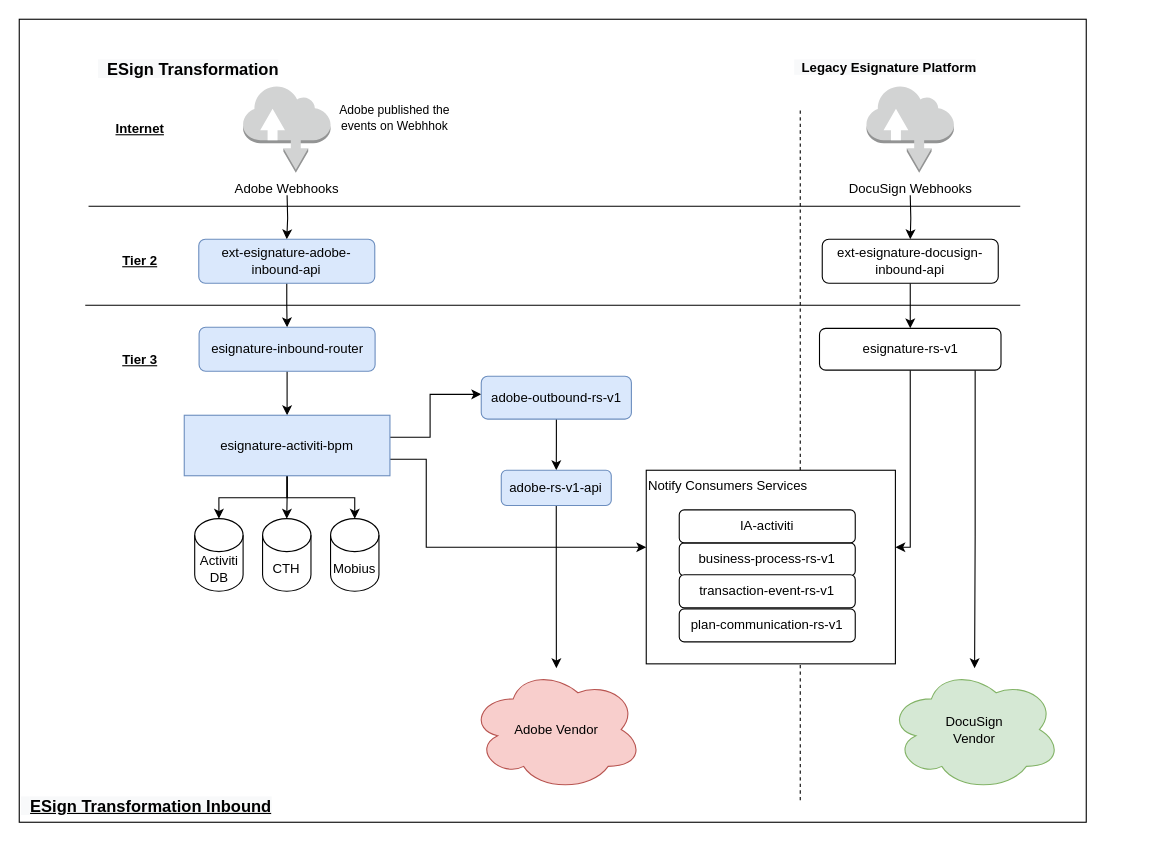
The draw.io diagram esign-inbound.drawio in Tayyabt120/app-diagrams, before the edit. Source tidied: cells renumbered, new cells numbered last; positions are measured from the earlier drawing's top-left corner, leaving out a move shared by most shapes. Both pictures are drawn from the tidied source at 110%, with x=0, y=0 at pixel (19, 19).
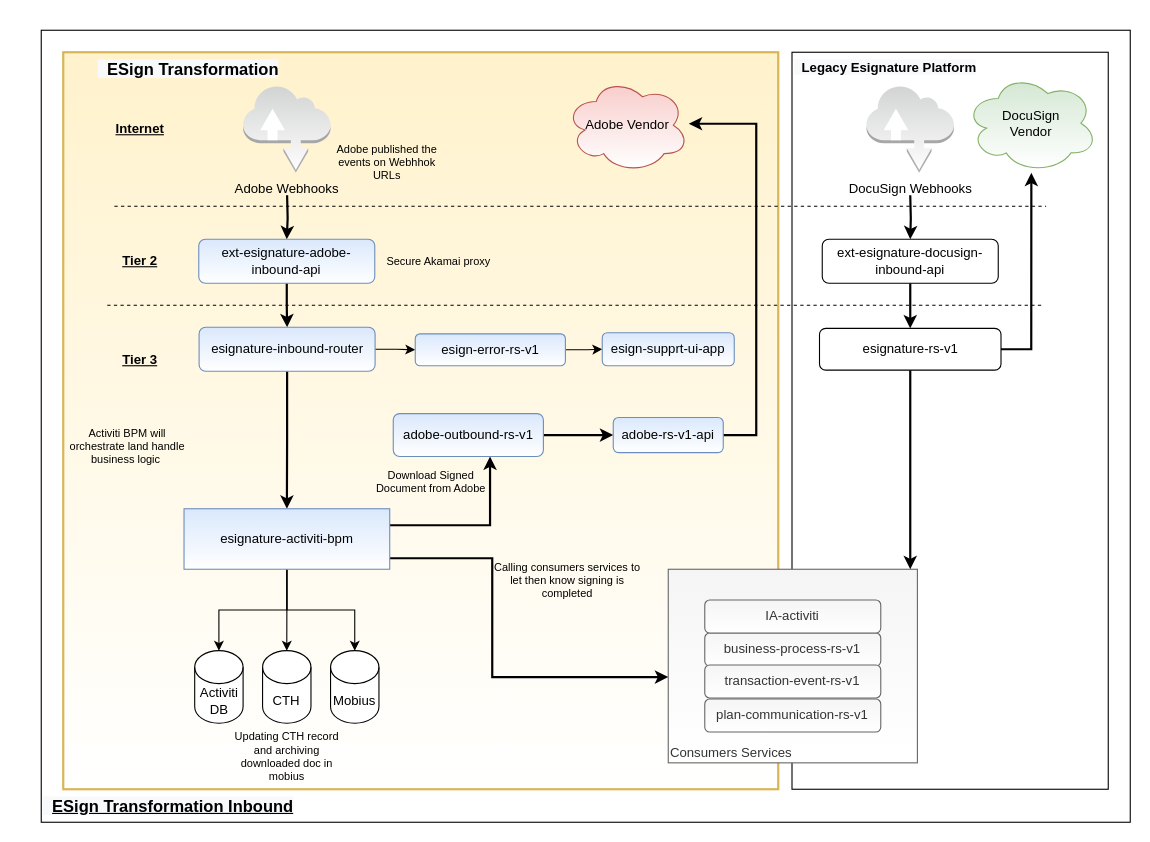
After the change.

The change refers to these unchanged cells:
```xml
<mxCell id="37" value="esignature-rs-v1" style="rounded=1;whiteSpace=wrap;html=1;fontSize=12;" parent="1" vertex="1">
  <mxGeometry x="727.5" y="281" width="165" height="38" as="geometry" />
</mxCell>
<mxCell id="39" value="ext-esignature-docusign-inbound-api" style="rounded=1;whiteSpace=wrap;html=1;" parent="1" vertex="1">
  <mxGeometry x="730" y="200" width="160" height="40" as="geometry" />
</mxCell>
```

The edit, as a diff of the source:
```diff
@@
     <mxCell id="2" style="rounded=0;whiteSpace=wrap;html=1;fontSize=11;align=center;" parent="1" vertex="1">
-      <mxGeometry width="970" height="730" as="geometry" />
+      <mxGeometry x="20" y="10" width="990" height="720" as="geometry" />
     </mxCell>
-    <mxCell id="3" style="endArrow=none;dashed=1;html=1;" parent="1" edge="1">
-      <mxGeometry relative="1" as="geometry">
-        <mxPoint x="710" y="710" as="sourcePoint" />
-        <mxPoint x="710" y="80" as="targetPoint" />
-      </mxGeometry>
-    </mxCell>
+    <mxCell id="46" style="rounded=0;whiteSpace=wrap;html=1;" parent="1" vertex="1">
+      <mxGeometry x="702.5" y="30" width="287.5" height="670" as="geometry" />
+    </mxCell>
+    <mxCell id="47" style="rounded=0;whiteSpace=wrap;html=1;fillColor=#fff2cc;strokeColor=#d6b656;strokeWidth=2;gradientColor=#ffffff;" parent="1" vertex="1">
+      <mxGeometry x="40" y="30" width="650" height="670" as="geometry" />
+    </mxCell>
-    <mxCell id="4" value="Notify Consumers Services" style="rounded=0;whiteSpace=wrap;html=1;verticalAlign=top;align=left;" parent="1" vertex="1">
-      <mxGeometry x="570" y="410" width="226.5" height="176" as="geometry" />
+    <mxCell id="4" value="Consumers Services" style="rounded=0;whiteSpace=wrap;html=1;verticalAlign=bottom;align=left;fillColor=#f5f5f5;strokeColor=#666666;fontColor=#333333;gradientColor=#ffffff;" parent="1" vertex="1">
+      <mxGeometry x="590" y="500" width="226.5" height="176" as="geometry" />
     </mxCell>
-    <mxCell id="5" style="edgeStyle=orthogonalEdgeStyle;rounded=0;jettySize=auto;html=1;" parent="1" edge="1" target="11">
+    <mxCell id="5" style="edgeStyle=orthogonalEdgeStyle;rounded=0;jettySize=auto;html=1;strokeWidth=2;" parent="1" edge="1" target="11">
       <mxGeometry relative="1" as="geometry">
         <mxPoint x="243.5" y="160" as="sourcePoint" />
       </mxGeometry>
     </mxCell>
-    <mxCell id="6" value="Adobe Webhooks" style="dashed=0;verticalLabelPosition=bottom;verticalAlign=top;align=center;html=1;shape=mxgraph.aws3.internet;fillColor=#D2D3D3;gradientColor=none;" parent="1" vertex="1">
+    <mxCell id="6" value="Adobe Webhooks" style="dashed=0;verticalLabelPosition=bottom;verticalAlign=top;align=center;html=1;shape=mxgraph.aws3.internet;fillColor=#D2D3D3;gradientColor=#ffffff;" parent="1" vertex="1">
       <mxGeometry x="203.5" y="60" width="79.5" height="79.5" as="geometry" />
     </mxCell>
-    <mxCell id="7" style="endArrow=none;html=1;" parent="1" edge="1">
+    <mxCell id="7" style="endArrow=none;html=1;dashed=1;" parent="1" edge="1">
       <mxGeometry relative="1" as="geometry">
-        <mxPoint x="63" y="170" as="sourcePoint" />
-        <mxPoint x="910" y="170" as="targetPoint" />
+        <mxPoint x="86.5" y="170" as="sourcePoint" />
+        <mxPoint x="933.5" y="170" as="targetPoint" />
       </mxGeometry>
     </mxCell>
@@
-    <mxCell id="9" style="endArrow=none;html=1;" parent="1" edge="1">
+    <mxCell id="9" style="endArrow=none;html=1;dashed=1;" parent="1" edge="1">
       <mxGeometry relative="1" as="geometry">
-        <mxPoint x="60" y="260" as="sourcePoint" />
-        <mxPoint x="910" y="260" as="targetPoint" />
+        <mxPoint x="80" y="260" as="sourcePoint" />
+        <mxPoint x="930" y="260" as="targetPoint" />
       </mxGeometry>
     </mxCell>
-    <mxCell id="10" style="edgeStyle=orthogonalEdgeStyle;rounded=0;jettySize=auto;html=1;" parent="1" edge="1" source="11" target="15">
+    <mxCell id="10" style="edgeStyle=orthogonalEdgeStyle;rounded=0;jettySize=auto;html=1;strokeWidth=2;" parent="1" edge="1" source="11" target="15">
       <mxGeometry relative="1" as="geometry" />
     </mxCell>
-    <mxCell id="11" value="ext-esignature-adobe-inbound-api" style="rounded=1;whiteSpace=wrap;html=1;fillColor=#dae8fc;strokeColor=#6c8ebf;" parent="1" vertex="1">
+    <mxCell id="11" value="ext-esignature-adobe-inbound-api" style="rounded=1;whiteSpace=wrap;html=1;fillColor=#dae8fc;strokeColor=#6c8ebf;gradientColor=#ffffff;" parent="1" vertex="1">
       <mxGeometry x="163.2" y="200" width="160" height="40" as="geometry" />
     </mxCell>
@@
-    <mxCell id="14" style="edgeStyle=orthogonalEdgeStyle;rounded=0;jettySize=auto;html=1;" parent="1" edge="1" source="15" target="21">
+    <mxCell id="14" style="edgeStyle=orthogonalEdgeStyle;rounded=0;jettySize=auto;html=1;strokeWidth=2;" parent="1" edge="1" source="15" target="21">
       <mxGeometry relative="1" as="geometry" />
     </mxCell>
+    <mxCell id="48" style="edgeStyle=orthogonalEdgeStyle;rounded=0;jettySize=auto;html=1;" parent="1" edge="1" source="15" target="51">
+      <mxGeometry relative="1" as="geometry" />
+    </mxCell>
-    <mxCell id="15" value="esignature-inbound-router" style="rounded=1;whiteSpace=wrap;html=1;fillColor=#dae8fc;strokeColor=#6c8ebf;" parent="1" vertex="1">
+    <mxCell id="15" value="esignature-inbound-router" style="rounded=1;whiteSpace=wrap;html=1;fillColor=#dae8fc;strokeColor=#6c8ebf;gradientColor=#ffffff;" parent="1" vertex="1">
       <mxGeometry x="163.5" y="280" width="160" height="40" as="geometry" />
     </mxCell>
@@
-    <mxCell id="18" style="edgeStyle=orthogonalEdgeStyle;rounded=0;jettySize=auto;html=1;" parent="1" edge="1" source="21" target="25">
-      <mxGeometry relative="1" as="geometry">
-        <Array as="points">
-          <mxPoint x="373.5" y="380" />
-          <mxPoint x="373.5" y="341" />
-        </Array>
-      </mxGeometry>
-    </mxCell>
@@
-    <mxCell id="20" style="edgeStyle=orthogonalEdgeStyle;rounded=0;jettySize=auto;html=1;" parent="1" edge="1" source="21" target="4">
+    <mxCell id="20" style="edgeStyle=orthogonalEdgeStyle;rounded=0;jettySize=auto;html=1;strokeWidth=2;" parent="1" edge="1" source="21" target="4">
       <mxGeometry relative="1" as="geometry">
         <Array as="points">
-          <mxPoint x="370" y="400" />
-          <mxPoint x="370" y="480" />
+          <mxPoint x="430" y="490" />
+          <mxPoint x="430" y="598" />
         </Array>
       </mxGeometry>
     </mxCell>
+    <mxCell id="18" style="edgeStyle=orthogonalEdgeStyle;rounded=0;jettySize=auto;html=1;strokeWidth=2;fontSize=12;" parent="1" edge="1" source="21" target="25">
+      <mxGeometry relative="1" as="geometry">
+        <Array as="points">
+          <mxPoint x="428" y="460" />
+        </Array>
+      </mxGeometry>
+    </mxCell>
-    <mxCell id="21" value="esignature-activiti-bpm" style="rounded=0;whiteSpace=wrap;html=1;fontSize=12;fillColor=#dae8fc;strokeColor=#6c8ebf;" parent="1" vertex="1">
-      <mxGeometry x="150" y="360" width="187" height="55" as="geometry" />
+    <mxCell id="21" value="esignature-activiti-bpm" style="rounded=0;whiteSpace=wrap;html=1;fontSize=12;fillColor=#dae8fc;strokeColor=#6c8ebf;gradientColor=#ffffff;" parent="1" vertex="1">
+      <mxGeometry x="149.8" y="445" width="187" height="55" as="geometry" />
     </mxCell>
     <mxCell id="22" value="CTH" style="shape=cylinder3;whiteSpace=wrap;html=1;boundedLbl=1;backgroundOutline=1;size=15;fontSize=12;align=center;" parent="1" vertex="1">
-      <mxGeometry x="221.2" y="454" width="44" height="66" as="geometry" />
+      <mxGeometry x="221.2" y="574" width="44" height="66" as="geometry" />
     </mxCell>
     <mxCell id="23" value="Mobius" style="shape=cylinder3;whiteSpace=wrap;html=1;boundedLbl=1;backgroundOutline=1;size=15;fontSize=12;align=center;" parent="1" vertex="1">
-      <mxGeometry x="283" y="454" width="44" height="66" as="geometry" />
+      <mxGeometry x="283" y="574" width="44" height="66" as="geometry" />
     </mxCell>
-    <mxCell id="24" style="edgeStyle=orthogonalEdgeStyle;rounded=0;jettySize=auto;html=1;" parent="1" edge="1" source="25" target="27">
+    <mxCell id="24" style="edgeStyle=orthogonalEdgeStyle;rounded=0;jettySize=auto;html=1;strokeWidth=2;" parent="1" edge="1" source="25" target="27">
       <mxGeometry relative="1" as="geometry" />
     </mxCell>
-    <mxCell id="25" value="adobe-outbound-rs-v1" style="rounded=1;whiteSpace=wrap;html=1;fontSize=12;align=center;fillColor=#dae8fc;strokeColor=#6c8ebf;" parent="1" vertex="1">
-      <mxGeometry x="420" y="324.5" width="136.5" height="39" as="geometry" />
+    <mxCell id="25" value="adobe-outbound-rs-v1" style="rounded=1;whiteSpace=wrap;html=1;fontSize=12;align=center;fillColor=#dae8fc;strokeColor=#6c8ebf;gradientColor=#ffffff;" parent="1" vertex="1">
+      <mxGeometry x="340" y="358.5" width="136.5" height="39" as="geometry" />
     </mxCell>
-    <mxCell id="26" style="edgeStyle=orthogonalEdgeStyle;rounded=0;jettySize=auto;html=1;" parent="1" edge="1" source="27" target="32">
-      <mxGeometry relative="1" as="geometry" />
+    <mxCell id="26" style="edgeStyle=orthogonalEdgeStyle;rounded=0;jettySize=auto;html=1;strokeWidth=2;" parent="1" edge="1" source="27" target="32">
+      <mxGeometry relative="1" as="geometry">
+        <Array as="points">
+          <mxPoint x="670" y="378" />
+          <mxPoint x="670" y="95" />
+        </Array>
+      </mxGeometry>
     </mxCell>
-    <mxCell id="27" value="adobe-rs-v1-api" style="rounded=1;whiteSpace=wrap;html=1;fontSize=12;align=center;fillColor=#dae8fc;strokeColor=#6c8ebf;" parent="1" vertex="1">
-      <mxGeometry x="438.2" y="410" width="100" height="32" as="geometry" />
+    <mxCell id="27" value="adobe-rs-v1-api" style="rounded=1;whiteSpace=wrap;html=1;fontSize=12;align=center;fillColor=#dae8fc;strokeColor=#6c8ebf;gradientColor=#ffffff;" parent="1" vertex="1">
+      <mxGeometry x="540" y="362" width="100" height="32" as="geometry" />
     </mxCell>
-    <mxCell id="28" value="business-process-rs-v1" style="rounded=1;whiteSpace=wrap;html=1;align=center;" parent="1" vertex="1">
-      <mxGeometry x="600" y="476" width="160" height="30" as="geometry" />
+    <mxCell id="28" value="business-process-rs-v1" style="rounded=1;whiteSpace=wrap;html=1;align=center;fillColor=#f5f5f5;strokeColor=#666666;fontColor=#333333;gradientColor=#ffffff;" parent="1" vertex="1">
+      <mxGeometry x="623.2" y="558" width="160" height="30" as="geometry" />
     </mxCell>
-    <mxCell id="29" value="transaction-event-rs-v1" style="rounded=1;whiteSpace=wrap;html=1;align=center;" parent="1" vertex="1">
-      <mxGeometry x="600" y="505" width="160" height="30" as="geometry" />
+    <mxCell id="29" value="transaction-event-rs-v1" style="rounded=1;whiteSpace=wrap;html=1;align=center;fillColor=#f5f5f5;strokeColor=#666666;fontColor=#333333;gradientColor=#ffffff;" parent="1" vertex="1">
+      <mxGeometry x="623.2" y="587" width="160" height="30" as="geometry" />
     </mxCell>
-    <mxCell id="30" value="plan-communication-rs-v1" style="rounded=1;whiteSpace=wrap;html=1;align=center;" parent="1" vertex="1">
-      <mxGeometry x="600" y="536" width="160" height="30" as="geometry" />
+    <mxCell id="30" value="plan-communication-rs-v1" style="rounded=1;whiteSpace=wrap;html=1;align=center;fillColor=#f5f5f5;strokeColor=#666666;fontColor=#333333;gradientColor=#ffffff;" parent="1" vertex="1">
+      <mxGeometry x="623.2" y="618" width="160" height="30" as="geometry" />
     </mxCell>
     <mxCell id="31" value="Activiti&lt;br&gt;DB" style="shape=cylinder3;whiteSpace=wrap;html=1;boundedLbl=1;backgroundOutline=1;size=15;fontSize=12;align=center;" parent="1" vertex="1">
-      <mxGeometry x="159.5" y="454" width="44" height="66" as="geometry" />
+      <mxGeometry x="159.5" y="574" width="44" height="66" as="geometry" />
     </mxCell>
-    <mxCell id="32" value="Adobe Vendor" style="ellipse;shape=cloud;whiteSpace=wrap;html=1;fontSize=12;align=center;fillColor=#f8cecc;strokeColor=#b85450;" parent="1" vertex="1">
-      <mxGeometry x="409.8" y="590" width="157" height="111.5" as="geometry" />
+    <mxCell id="32" value="Adobe Vendor" style="ellipse;shape=cloud;whiteSpace=wrap;html=1;fontSize=12;align=center;fillColor=#f8cecc;strokeColor=#b85450;gradientColor=#ffffff;" parent="1" vertex="1">
+      <mxGeometry x="496.5" y="53.2" width="112.2" height="86.2" as="geometry" />
     </mxCell>
-    <mxCell id="33" style="edgeStyle=orthogonalEdgeStyle;rounded=0;jettySize=auto;html=1;" parent="1" edge="1" target="39">
+    <mxCell id="33" style="edgeStyle=orthogonalEdgeStyle;rounded=0;jettySize=auto;html=1;strokeWidth=2;" parent="1" edge="1" target="39">
       <mxGeometry relative="1" as="geometry">
         <mxPoint x="810" y="160" as="sourcePoint" />
       </mxGeometry>
     </mxCell>
-    <mxCell id="34" value="DocuSign Webhooks" style="dashed=0;verticalLabelPosition=bottom;verticalAlign=top;align=center;html=1;shape=mxgraph.aws3.internet;fillColor=#D2D3D3;gradientColor=none;" parent="1" vertex="1">
+    <mxCell id="34" value="DocuSign Webhooks" style="dashed=0;verticalLabelPosition=bottom;verticalAlign=top;align=center;html=1;shape=mxgraph.aws3.internet;fillColor=#D2D3D3;gradientColor=#ffffff;" parent="1" vertex="1">
       <mxGeometry x="770.2" y="60" width="79.5" height="79.5" as="geometry" />
     </mxCell>
-    <mxCell id="35" style="edgeStyle=orthogonalEdgeStyle;rounded=0;jettySize=auto;html=1;" parent="1" edge="1" source="37" target="4">
+    <mxCell id="35" style="edgeStyle=orthogonalEdgeStyle;rounded=0;jettySize=auto;html=1;strokeWidth=2;" parent="1" edge="1" source="37" target="4">
       <mxGeometry relative="1" as="geometry">
         <Array as="points">
-          <mxPoint x="810" y="480" />
+          <mxPoint x="810" y="550" />
         </Array>
       </mxGeometry>
     </mxCell>
-    <mxCell id="36" style="edgeStyle=orthogonalEdgeStyle;rounded=0;jettySize=auto;html=1;" parent="1" edge="1" source="37" target="40">
+    <mxCell id="36" style="edgeStyle=orthogonalEdgeStyle;rounded=0;jettySize=auto;html=1;strokeWidth=2;" parent="1" edge="1" source="37" target="40">
       <mxGeometry relative="1" as="geometry">
         <Array as="points">
-          <mxPoint x="869" y="470" />
+          <mxPoint x="920" y="300" />
         </Array>
       </mxGeometry>
     </mxCell>
@@
-    <mxCell id="38" style="edgeStyle=orthogonalEdgeStyle;rounded=0;jettySize=auto;html=1;" parent="1" edge="1" source="39" target="37">
+    <mxCell id="38" style="edgeStyle=orthogonalEdgeStyle;rounded=0;jettySize=auto;html=1;strokeWidth=2;" parent="1" edge="1" source="39" target="37">
       <mxGeometry relative="1" as="geometry" />
     </mxCell>
@@
-    <mxCell id="40" value="DocuSign&lt;br&gt;Vendor" style="ellipse;shape=cloud;whiteSpace=wrap;html=1;fontSize=12;align=center;fillColor=#d5e8d4;strokeColor=#82b366;" parent="1" vertex="1">
-      <mxGeometry x="790" y="590" width="157" height="111.5" as="geometry" />
+    <mxCell id="40" value="DocuSign&lt;br&gt;Vendor" style="ellipse;shape=cloud;whiteSpace=wrap;html=1;fontSize=12;align=center;fillColor=#d5e8d4;strokeColor=#82b366;gradientColor=#ffffff;" parent="1" vertex="1">
+      <mxGeometry x="860" y="49.5" width="120.2" height="90" as="geometry" />
     </mxCell>
-    <mxCell id="41" value="IA-activiti" style="rounded=1;whiteSpace=wrap;html=1;align=center;" parent="1" vertex="1">
-      <mxGeometry x="600" y="446" width="160" height="30" as="geometry" />
+    <mxCell id="41" value="IA-activiti" style="rounded=1;whiteSpace=wrap;html=1;align=center;fillColor=#f5f5f5;strokeColor=#666666;fontColor=#333333;gradientColor=#ffffff;" parent="1" vertex="1">
+      <mxGeometry x="623.2" y="528" width="160" height="30" as="geometry" />
     </mxCell>
@@
-    <mxCell id="44" value="Adobe published the events on Webhhok" style="text;html=1;strokeColor=none;fillColor=none;align=center;verticalAlign=middle;whiteSpace=wrap;rounded=0;fontSize=11;" parent="1" vertex="1">
-      <mxGeometry x="290" y="80" width="103" height="20" as="geometry" />
+    <mxCell id="44" value="Adobe published the events on Webhhok URLs" style="text;html=1;strokeColor=none;fillColor=none;align=center;verticalAlign=middle;whiteSpace=wrap;rounded=0;fontSize=10;" parent="1" vertex="1">
+      <mxGeometry x="283" y="119.5" width="103" height="20" as="geometry" />
     </mxCell>
     <mxCell id="45" value="&lt;span style=&quot;color: rgb(0 , 0 , 0) ; font-family: &amp;#34;helvetica&amp;#34; ; font-size: 15px ; font-style: normal ; letter-spacing: normal ; text-align: left ; text-indent: 0px ; text-transform: none ; word-spacing: 0px ; background-color: rgb(248 , 249 , 250) ; font-weight: normal&quot;&gt;&amp;nbsp;&lt;span&gt;&amp;nbsp;&lt;/span&gt;&lt;/span&gt;&lt;span style=&quot;color: rgb(0 , 0 , 0) ; font-family: &amp;#34;helvetica&amp;#34; ; font-size: 15px ; font-style: normal ; font-weight: 700 ; letter-spacing: normal ; text-align: left ; text-indent: 0px ; text-transform: none ; word-spacing: 0px ; background-color: rgb(248 , 249 , 250) ; text-decoration: underline ; display: inline ; float: none&quot;&gt;ESign Transformation Inbound&lt;/span&gt;" style="text;whiteSpace=wrap;html=1;" parent="1" vertex="1">
-      <mxGeometry y="700" width="240" height="30" as="geometry" />
+      <mxGeometry x="20" y="700" width="240" height="30" as="geometry" />
     </mxCell>
+    <mxCell id="49" value="Secure Akamai proxy" style="text;html=1;strokeColor=none;fillColor=none;align=center;verticalAlign=middle;whiteSpace=wrap;rounded=0;fontSize=10;spacing=-12;spacingRight=0;spacingBottom=0;spacingTop=0;" parent="1" vertex="1">
+      <mxGeometry x="323.2" y="210" width="117" height="20" as="geometry" />
+    </mxCell>
+    <mxCell id="50" style="edgeStyle=orthogonalEdgeStyle;rounded=0;jettySize=auto;html=1;strokeWidth=1;fontSize=10;" parent="1" edge="1" source="51" target="54">
+      <mxGeometry relative="1" as="geometry" />
+    </mxCell>
+    <mxCell id="51" value="esign-error-rs-v1" style="rounded=1;whiteSpace=wrap;html=1;fontSize=12;align=center;fillColor=#dae8fc;strokeColor=#6c8ebf;gradientColor=#ffffff;" parent="1" vertex="1">
+      <mxGeometry x="360" y="286" width="136.5" height="29" as="geometry" />
+    </mxCell>
+    <mxCell id="52" value="Activiti BPM will &lt;br&gt;orchestrate land handle business logic&amp;nbsp;" style="text;html=1;strokeColor=none;fillColor=none;align=center;verticalAlign=middle;whiteSpace=wrap;rounded=0;fontSize=10;spacing=-12;spacingRight=0;spacingBottom=0;spacingTop=0;" parent="1" vertex="1">
+      <mxGeometry x="40" y="377.5" width="117" height="20" as="geometry" />
+    </mxCell>
+    <mxCell id="53" value="Calling consumers services to let then know signing is completed" style="text;html=1;strokeColor=none;fillColor=none;align=center;verticalAlign=middle;whiteSpace=wrap;rounded=0;fontSize=10;spacing=-12;spacingRight=0;spacingBottom=0;spacingTop=0;" parent="1" vertex="1">
+      <mxGeometry x="440.2" y="500" width="117" height="20" as="geometry" />
+    </mxCell>
+    <mxCell id="54" value="esign-supprt-ui-app" style="rounded=1;whiteSpace=wrap;html=1;fontSize=12;fillColor=#dae8fc;strokeColor=#6c8ebf;gradientColor=#ffffff;" parent="1" vertex="1">
+      <mxGeometry x="530" y="285" width="120" height="30" as="geometry" />
+    </mxCell>
+    <mxCell id="55" value="Download Signed Document from Adobe" style="text;html=1;strokeColor=none;fillColor=none;align=center;verticalAlign=middle;whiteSpace=wrap;rounded=0;fontSize=10;" parent="1" vertex="1">
+      <mxGeometry x="323.2" y="410" width="103" height="20" as="geometry" />
+    </mxCell>
+    <mxCell id="56" value="Updating CTH record and archiving downloaded doc in mobius" style="text;html=1;strokeColor=none;fillColor=none;align=center;verticalAlign=middle;whiteSpace=wrap;rounded=0;fontSize=10;" parent="1" vertex="1">
+      <mxGeometry x="192" y="660" width="103" height="20" as="geometry" />
+    </mxCell>
```
